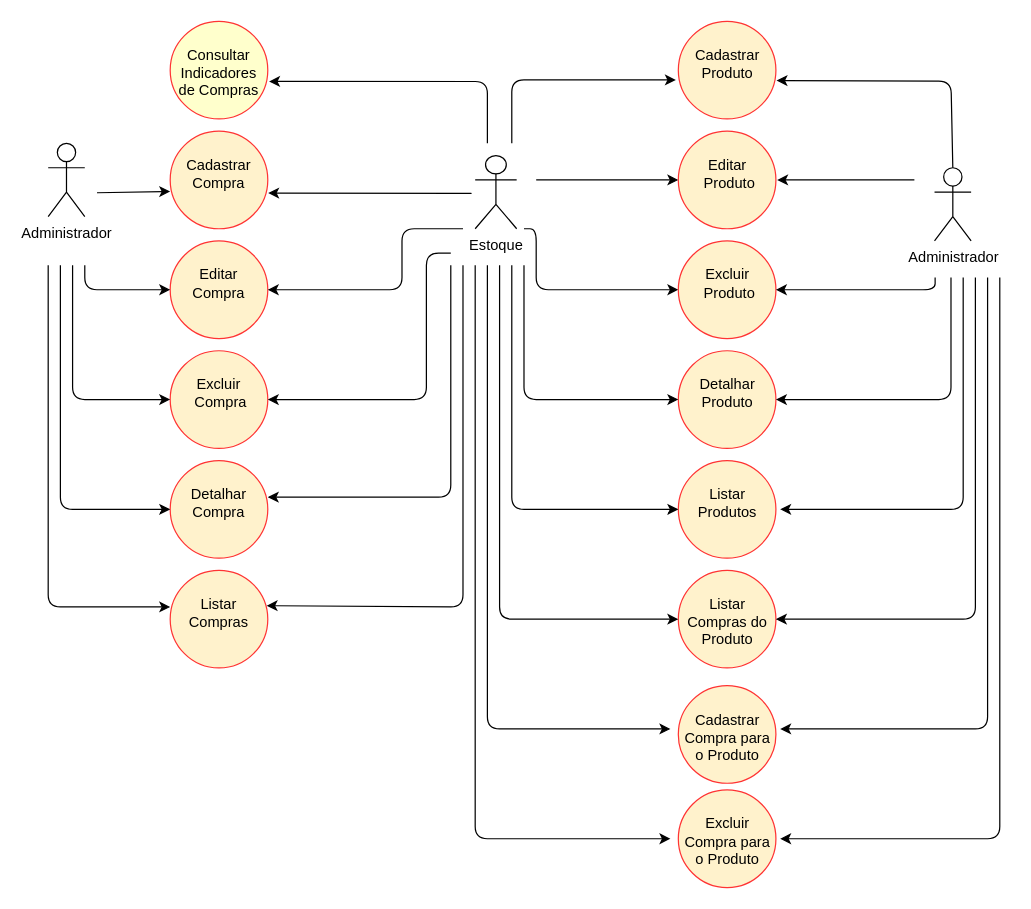
Earlier version of the draw.io diagram page "Estoque" (4 of 7) of projeto/documentacao/Diagrama de casos de uso.drawio (adjamirgalvao/pucminas). Source tidied: cells renumbered, new cells numbered last; positions are measured from the earlier drawing's top-left corner, leaving out a move shared by most shapes. Both pictures are drawn from the tidied source at 122%, with x=0, y=0 at pixel (48, 21).
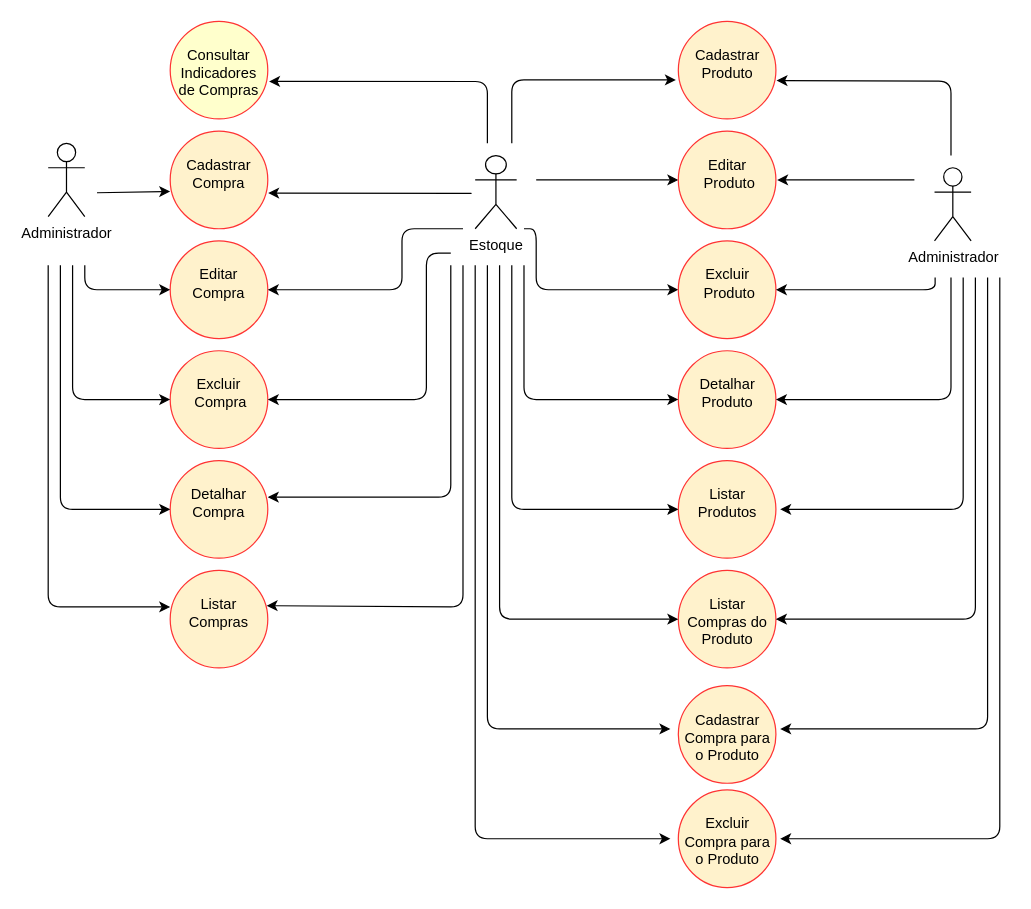
The same diagram, later.

Unchanged cells that the change refers to:
```xml
<mxCell id="5" value="&lt;br&gt;Cadastrar Produto" style="ellipse;whiteSpace=wrap;html=1;verticalAlign=top;fillColor=#fff2cc;strokeColor=#FF3333;" parent="1" vertex="1">
  <mxGeometry x="516.5" width="80" height="80" as="geometry" />
</mxCell>
<mxCell id="11" value="Administrador" style="shape=umlActor;verticalLabelPosition=bottom;verticalAlign=top;html=1;outlineConnect=0;" parent="1" vertex="1">
  <mxGeometry x="726.5" y="120" width="30" height="60" as="geometry" />
</mxCell>
```

What changed in the source:
```diff
@@
-    <mxCell id="12" style="endArrow=classic;html=1;rounded=1;sourcePerimeterSpacing=-1;targetPerimeterSpacing=8;jumpStyle=arc;entryX=1.006;entryY=0.607;entryDx=0;entryDy=0;exitX=0.5;exitY=0;exitDx=0;exitDy=0;exitPerimeter=0;entryPerimeter=0;" parent="1" edge="1" source="11" target="5">
+    <mxCell id="12" style="endArrow=classic;html=1;rounded=1;sourcePerimeterSpacing=-1;targetPerimeterSpacing=8;jumpStyle=arc;entryX=1.006;entryY=0.607;entryDx=0;entryDy=0;entryPerimeter=0;" parent="1" edge="1" target="5">
       <mxGeometry relative="1" as="geometry">
+        <mxPoint x="740" y="110" as="sourcePoint" />
         <Array as="points">
           <mxPoint x="740" y="49" />
         </Array>
       </mxGeometry>
     </mxCell>
```
